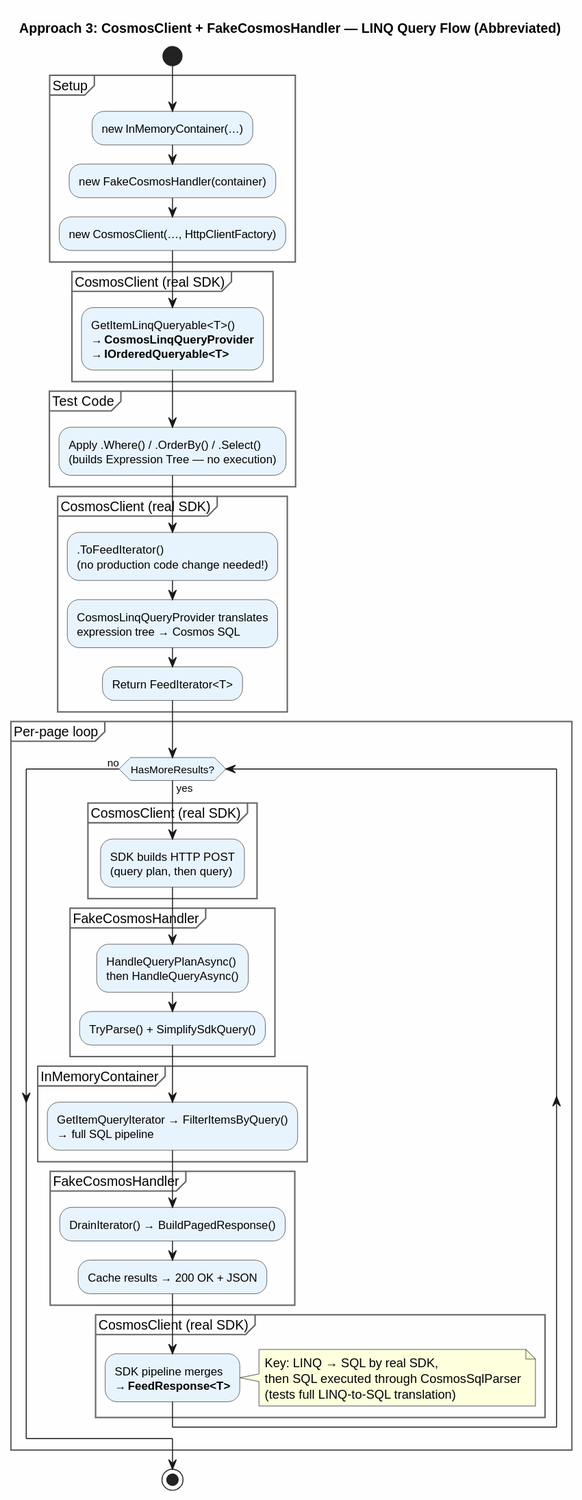
Earlier version of the PlantUML export plans/diagrams/abbreviated/svg/approach3-linq-abbreviated-activity.svg (lemonlion/CosmosDB.InMemoryEmulator). Its diagram source:
```plantuml
@startuml
title **Approach 3: CosmosClient + FakeCosmosHandler — LINQ Query Flow (Abbreviated)**

skinparam backgroundColor #FEFEFE
skinparam ActivityBorderColor #333
skinparam ActivityBackgroundColor #E8F4FD
skinparam ActivityBackgroundColor<<sdk>> #FFF3E0
skinparam ActivityBackgroundColor<<handler>> #E8F5E9
skinparam PartitionBorderColor #666

start

partition "Setup" {
  :new InMemoryContainer(…);
  :new FakeCosmosHandler(container);
  :new CosmosClient(…, HttpClientFactory);
}

partition "CosmosClient (real SDK)" <<sdk>> {
  :GetItemLinqQueryable<T>()
  → **CosmosLinqQueryProvider**
  → **IOrderedQueryable<T>**;
}

partition "Test Code" {
  :Apply .Where() / .OrderBy() / .Select()
  (builds Expression Tree — no execution);
}

partition "CosmosClient (real SDK)" <<sdk>> {
  :.ToFeedIterator()
  (no production code change needed!);
  :CosmosLinqQueryProvider translates
  expression tree → Cosmos SQL;
  :Return FeedIterator<T>;
}

partition "Per-page loop" {
  while (HasMoreResults?) is (yes)

    partition "CosmosClient (real SDK)" <<sdk>> {
      :SDK builds HTTP POST
      (query plan, then query);
    }

    partition "FakeCosmosHandler" <<handler>> {
      :HandleQueryPlanAsync()
      then HandleQueryAsync();
      :TryParse() + SimplifySdkQuery();
    }

    partition "InMemoryContainer" {
      :GetItemQueryIterator → FilterItemsByQuery()
      → full SQL pipeline;
    }

    partition "FakeCosmosHandler" <<handler>> {
      :DrainIterator() → BuildPagedResponse();
      :Cache results → 200 OK + JSON;
    }

    partition "CosmosClient (real SDK)" <<sdk>> {
      :SDK pipeline merges
      → **FeedResponse<T>**;
    }

  endwhile (no)
}

note right
  Key: LINQ → SQL by real SDK,
  then SQL executed through CosmosSqlParser
  (tests full LINQ-to-SQL translation)
end note

stop
@enduml
```
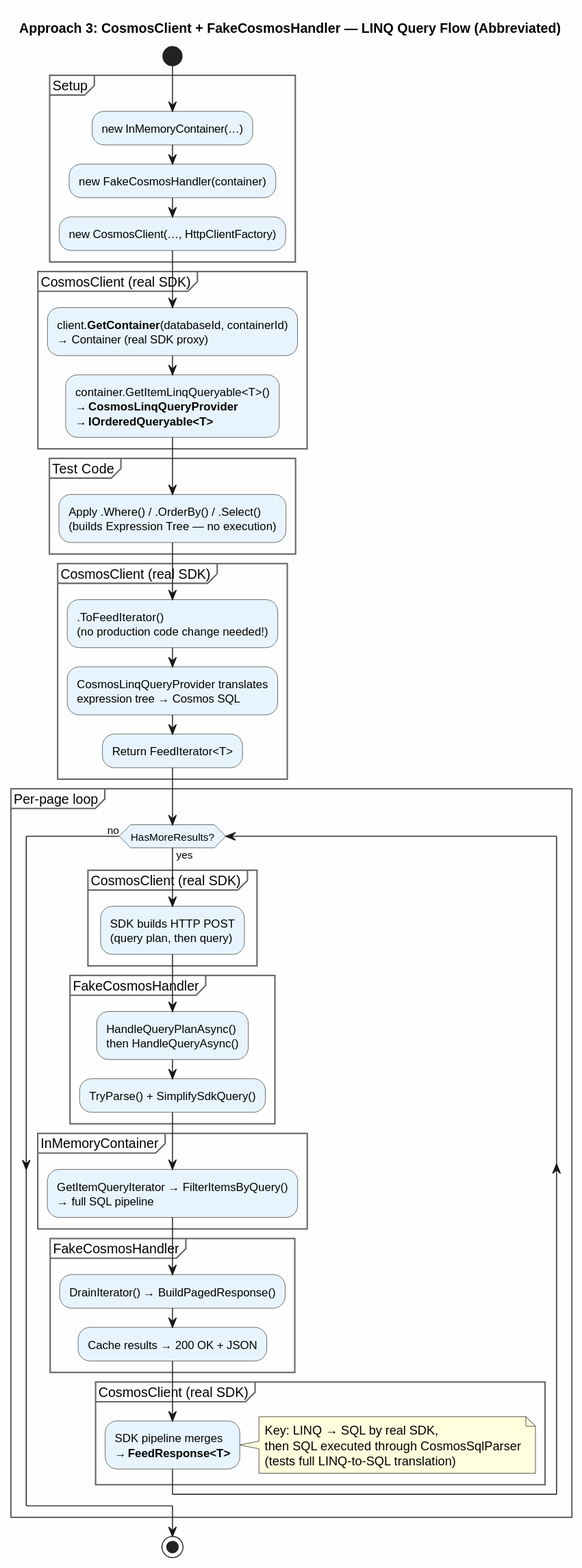
Above is the later version.

Change to the diagram source:
```diff
@@ -17,7 +17,9 @@
 }
 
 partition "CosmosClient (real SDK)" <<sdk>> {
-  :GetItemLinqQueryable<T>()
+  :client.**GetContainer**(databaseId, containerId)
+  → Container (real SDK proxy);
+  :container.GetItemLinqQueryable<T>()
   → **CosmosLinqQueryProvider**
   → **IOrderedQueryable<T>**;
 }
```
